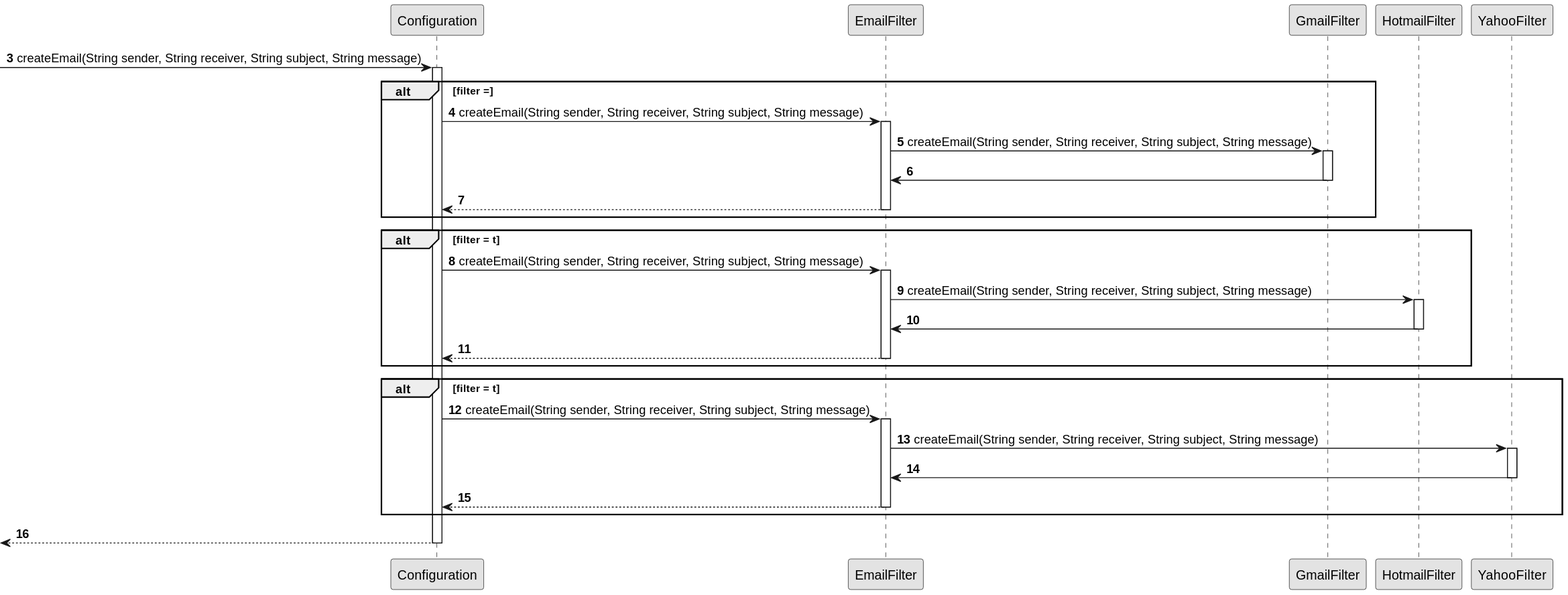
Before: docs/sprintD/us016/03.design/svg/us016-sequence-diagram-partial-create-email.svg, a diagram exported from PlantUML (Shushizinho/RealEstateUSASystem). Source of this version:
```plantuml
@startuml
skinparam monochrome true
skinparam packageStyle rectangle
skinparam shadowing false

participant "Configuration" as Config
participant "EmailFilter" as EmFilter
participant "GmailFilter" as GmFilter
participant "HotmailFilter" as HmFilter
participant "YahooFilter" as YhFilter



autonumber 3


         -> Config : createEmail(String sender, String receiver, String subject, String message)
            activate Config

            alt filter =
            Config -> EmFilter : createEmail(String sender, String receiver, String subject, String message)
                activate EmFilter

                    EmFilter -> GmFilter: createEmail(String sender, String receiver, String subject, String message)
                        activate GmFilter

                        GmFilter -> EmFilter
                    deactivate GmFilter

                EmFilter --> Config
            deactivate EmFilter
            end alt

            alt filter = t
            Config -> EmFilter : createEmail(String sender, String receiver, String subject, String message)
                activate EmFilter

                    EmFilter -> HmFilter: createEmail(String sender, String receiver, String subject, String message)
                        activate HmFilter

                        HmFilter -> EmFilter
                    deactivate HmFilter

                EmFilter --> Config
            deactivate EmFilter
            end alt

            alt filter = t
            Config -> EmFilter : createEmail(String sender, String receiver, String subject, String message)
                activate EmFilter

                    EmFilter -> YhFilter: createEmail(String sender, String receiver, String subject, String message)
                        activate YhFilter

                        YhFilter -> EmFilter
                    deactivate YhFilter

                EmFilter --> Config
            deactivate EmFilter
            end alt
            <-- Config
        deactivate Config
@enduml
```
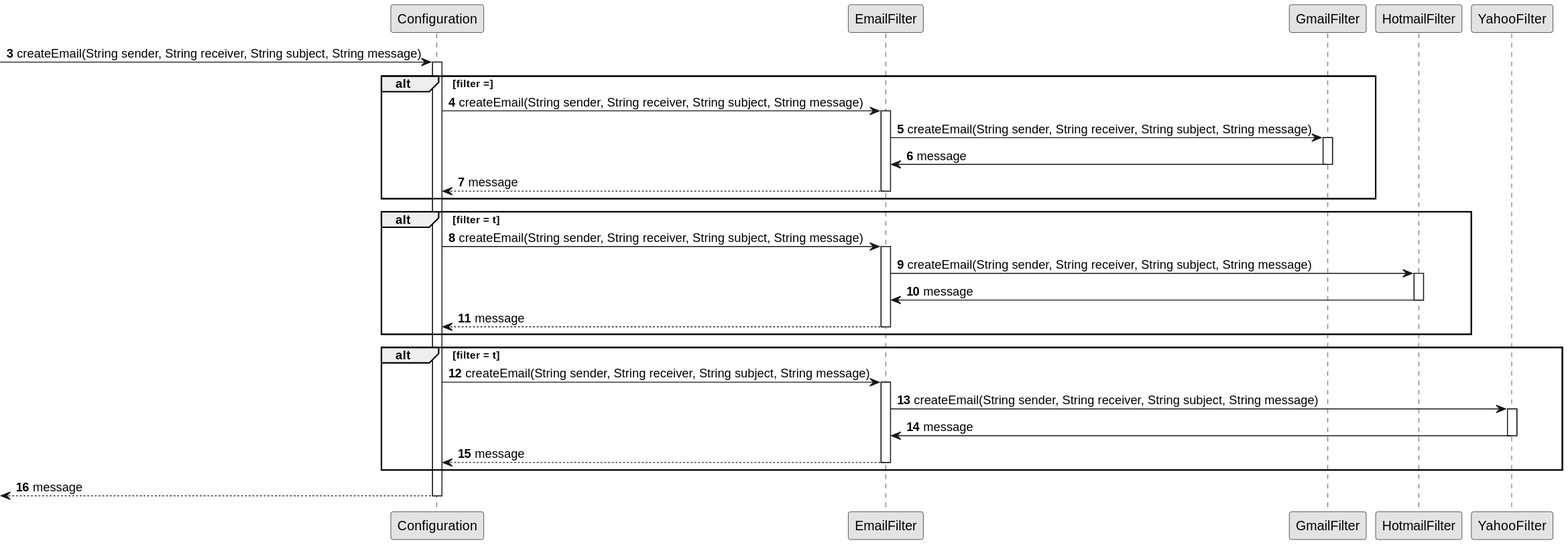
Above is the later version.

The edit, as a diff of the source:
```diff
@@ -24,10 +24,10 @@
                     EmFilter -> GmFilter: createEmail(String sender, String receiver, String subject, String message)
                         activate GmFilter
 
-                        GmFilter -> EmFilter
+                        GmFilter -> EmFilter  : message
                     deactivate GmFilter
 
-                EmFilter --> Config
+                EmFilter --> Config  : message
             deactivate EmFilter
             end alt
 
@@ -38,10 +38,10 @@
                     EmFilter -> HmFilter: createEmail(String sender, String receiver, String subject, String message)
                         activate HmFilter
 
-                        HmFilter -> EmFilter
+                        HmFilter -> EmFilter  : message
                     deactivate HmFilter
 
-                EmFilter --> Config
+                EmFilter --> Config  : message
             deactivate EmFilter
             end alt
 
@@ -52,12 +52,12 @@
                     EmFilter -> YhFilter: createEmail(String sender, String receiver, String subject, String message)
                         activate YhFilter
 
-                        YhFilter -> EmFilter
+                        YhFilter -> EmFilter : message
                     deactivate YhFilter
 
-                EmFilter --> Config
+                EmFilter --> Config  : message
             deactivate EmFilter
             end alt
-            <-- Config
+            <-- Config  : message
         deactivate Config
 @enduml
```
